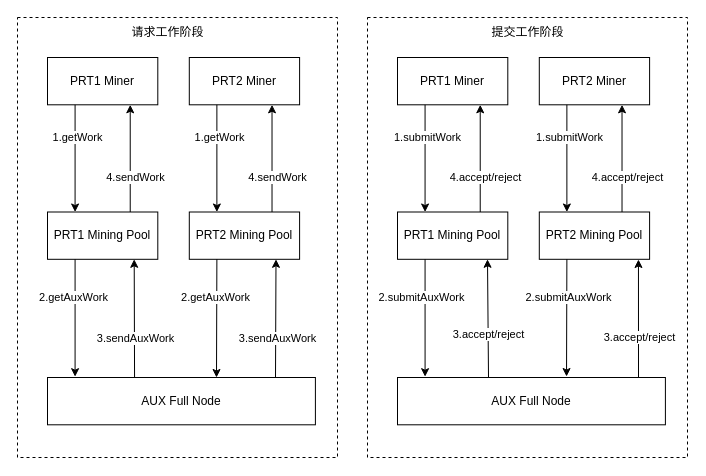
Earlier version of the draw.io diagram auxwork.drawio (weihanby/Hello_Fudan). Source tidied: cells renumbered, new cells numbered last; positions are measured from the earlier drawing's top-left corner, leaving out a move shared by most shapes. Both pictures are drawn from the tidied source at 100%, with x=0, y=0 at pixel (17, 17).
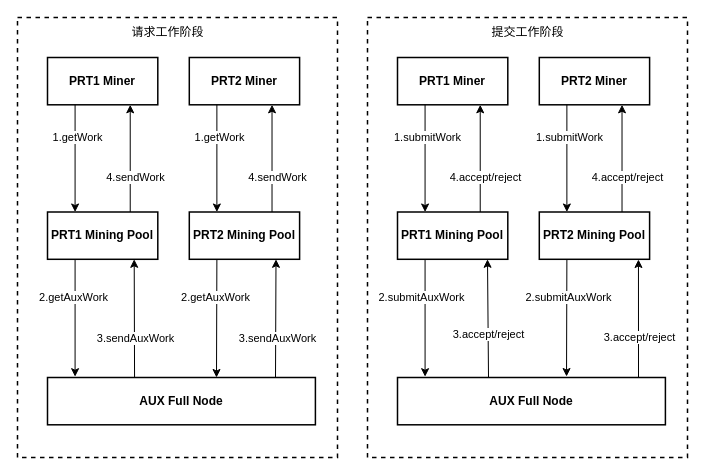
The same diagram, later.

Change to the diagram source:
```diff
@@
-    <mxCell id="2" style="whiteSpace=wrap;html=1;fillColor=none;dashed=1;" parent="1" vertex="1">
+    <mxCell id="2" style="whiteSpace=wrap;html=1;fillColor=none;dashed=1;strokeWidth=1.5;" parent="1" vertex="1">
       <mxGeometry x="350" width="320" height="440" as="geometry" />
     </mxCell>
-    <mxCell id="3" style="whiteSpace=wrap;html=1;fillColor=none;dashed=1;" parent="1" vertex="1">
+    <mxCell id="3" style="whiteSpace=wrap;html=1;fillColor=none;dashed=1;strokeWidth=1.5;" parent="1" vertex="1">
       <mxGeometry width="320" height="440" as="geometry" />
     </mxCell>
-    <mxCell id="4" style="group;" parent="1" vertex="1">
+    <mxCell id="4" style="group;strokeWidth=1.5;" parent="1" vertex="1">
       <mxGeometry x="30" y="100" width="267.9" height="260" as="geometry" />
     </mxCell>
-    <mxCell id="5" value="PRT1 Mining Pool" style="whiteSpace=wrap;html=1;" parent="4" vertex="1">
+    <mxCell id="5" value="&lt;b&gt;PRT1 Mining Pool&lt;/b&gt;" style="whiteSpace=wrap;html=1;strokeWidth=1.5;" parent="4" vertex="1">
       <mxGeometry y="94.5" width="110.3" height="47.3" as="geometry" />
     </mxCell>
@@
-    <mxCell id="8" value="PRT2 Mining Pool" style="whiteSpace=wrap;html=1;" parent="4" vertex="1">
+    <mxCell id="8" value="&lt;b&gt;PRT2 Mining Pool&lt;/b&gt;" style="whiteSpace=wrap;html=1;strokeWidth=1.5;" parent="4" vertex="1">
       <mxGeometry x="141.8" y="94.5" width="110.3" height="47.3" as="geometry" />
     </mxCell>
@@
-    <mxCell id="11" style="group;" parent="1" vertex="1">
+    <mxCell id="11" style="group;strokeWidth=1.5;" parent="1" vertex="1">
       <mxGeometry x="380" y="100" width="267.9" height="260" as="geometry" />
     </mxCell>
-    <mxCell id="12" value="PRT1 Mining Pool" style="whiteSpace=wrap;html=1;" parent="11" vertex="1">
+    <mxCell id="12" value="&lt;b&gt;PRT1 Mining Pool&lt;/b&gt;" style="whiteSpace=wrap;html=1;strokeWidth=1.5;" parent="11" vertex="1">
       <mxGeometry y="94.5" width="110.3" height="47.3" as="geometry" />
     </mxCell>
-    <mxCell id="13" value="PRT2 Mining Pool" style="whiteSpace=wrap;html=1;" parent="11" vertex="1">
+    <mxCell id="13" value="&lt;b&gt;PRT2 Mining Pool&lt;/b&gt;" style="whiteSpace=wrap;html=1;strokeWidth=1.5;" parent="11" vertex="1">
       <mxGeometry x="141.8" y="94.5" width="110.3" height="47.3" as="geometry" />
     </mxCell>
@@
-    <mxCell id="18" value="PRT2 Miner" style="whiteSpace=wrap;html=1;" parent="1" vertex="1">
+    <mxCell id="18" value="&lt;b&gt;PRT2 Miner&lt;/b&gt;" style="whiteSpace=wrap;html=1;strokeWidth=1.5;" parent="1" vertex="1">
       <mxGeometry x="171.8" y="40" width="110.3" height="47.3" as="geometry" />
     </mxCell>
@@
-    <mxCell id="23" value="PRT1 Miner" style="whiteSpace=wrap;html=1;" parent="1" vertex="1">
+    <mxCell id="23" value="&lt;b&gt;PRT1 Miner&lt;/b&gt;" style="whiteSpace=wrap;html=1;strokeWidth=1.5;" parent="1" vertex="1">
       <mxGeometry x="30" y="40" width="110.3" height="47.3" as="geometry" />
     </mxCell>
@@
-    <mxCell id="28" value="AUX Full Node" style="whiteSpace=wrap;html=1;" parent="1" vertex="1">
+    <mxCell id="28" value="&lt;b&gt;AUX Full Node&lt;/b&gt;" style="whiteSpace=wrap;html=1;strokeWidth=1.5;" parent="1" vertex="1">
       <mxGeometry x="30" y="360" width="267.9" height="47.3" as="geometry" />
     </mxCell>
@@
-    <mxCell id="31" value="PRT1 Miner" style="whiteSpace=wrap;html=1;" parent="1" vertex="1">
+    <mxCell id="31" value="&lt;b&gt;PRT1 Miner&lt;/b&gt;" style="whiteSpace=wrap;html=1;strokeWidth=1.5;" parent="1" vertex="1">
       <mxGeometry x="380" y="40" width="110.3" height="47.3" as="geometry" />
     </mxCell>
@@
-    <mxCell id="36" value="PRT2 Miner" style="whiteSpace=wrap;html=1;" parent="1" vertex="1">
+    <mxCell id="36" value="&lt;b&gt;PRT2 Miner&lt;/b&gt;" style="whiteSpace=wrap;html=1;strokeWidth=1.5;" parent="1" vertex="1">
       <mxGeometry x="521.8" y="40" width="110.3" height="47.3" as="geometry" />
     </mxCell>
@@
-    <mxCell id="41" value="AUX Full Node" style="whiteSpace=wrap;html=1;" parent="1" vertex="1">
+    <mxCell id="41" value="&lt;b&gt;AUX Full Node&lt;/b&gt;" style="whiteSpace=wrap;html=1;strokeWidth=1.5;" parent="1" vertex="1">
       <mxGeometry x="380" y="360" width="267.9" height="47.3" as="geometry" />
     </mxCell>
```
